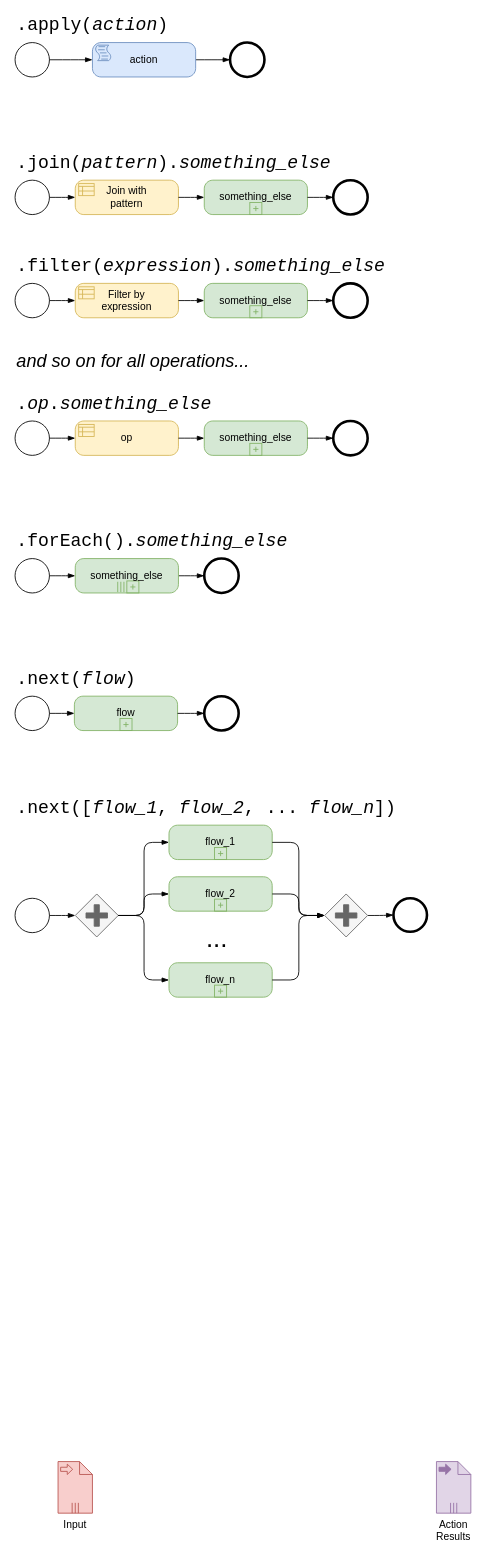
Earlier version of the draw.io diagram page "KF - Fluent" (3 of 8) of doc/BPMN_flow.drawio (miguel76/know-flow). Source tidied: cells renumbered, new cells numbered last; positions are measured from the earlier drawing's top-left corner, leaving out a move shared by most shapes. Both pictures are drawn from the tidied source at 86%, with x=0, y=0 at pixel (15, 16).
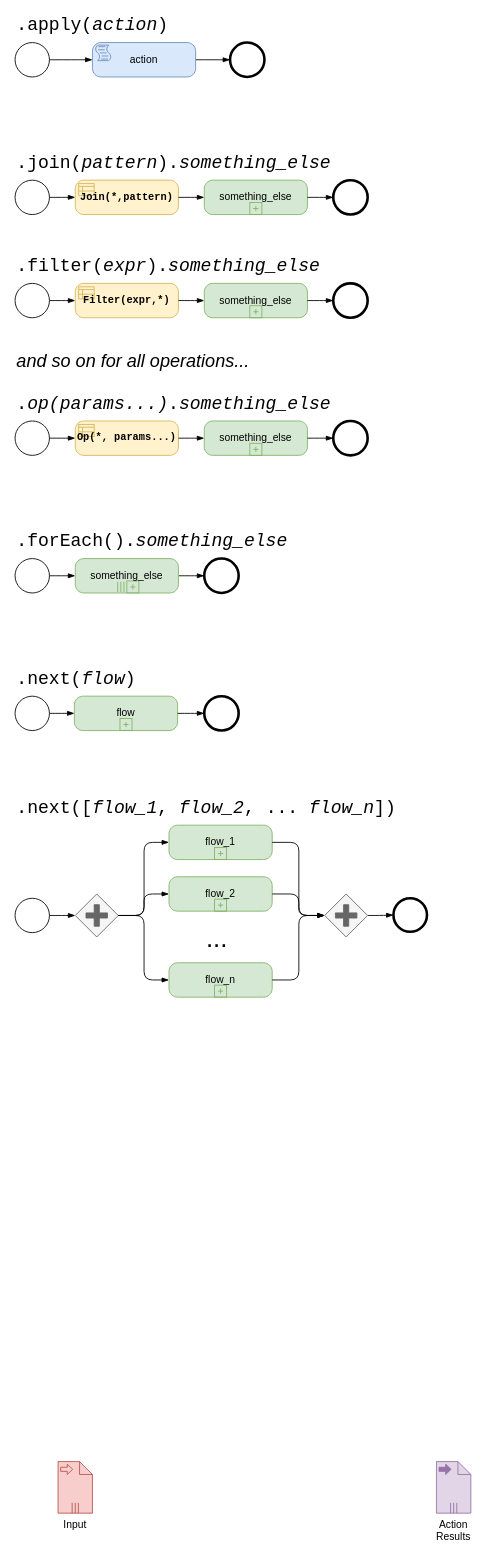
Above is the later version.

What changed in the source:
```diff
@@
-    <mxCell id="11" value="Join with&#10;pattern" style="points=[[0.25,0,0],[0.5,0,0],[0.75,0,0],[1,0.25,0],[1,0.5,0],[1,0.75,0],[0.75,1,0],[0.5,1,0],[0.25,1,0],[0,0.75,0],[0,0.5,0],[0,0.25,0]];shape=mxgraph.bpmn.task;whiteSpace=wrap;rectStyle=rounded;size=10;taskMarker=businessRule;fillColor=#fff2cc;strokeColor=#d6b656;" parent="1" vertex="1">
+    <mxCell id="11" value="Join(*,pattern)" style="points=[[0.25,0,0],[0.5,0,0],[0.75,0,0],[1,0.25,0],[1,0.5,0],[1,0.75,0],[0.75,1,0],[0.5,1,0],[0.25,1,0],[0,0.75,0],[0,0.5,0],[0,0.25,0]];shape=mxgraph.bpmn.task;whiteSpace=wrap;rectStyle=rounded;size=10;taskMarker=businessRule;fillColor=#fff2cc;strokeColor=#d6b656;fontFamily=Courier New;fontStyle=1;" parent="1" vertex="1">
       <mxGeometry x="70" y="190" width="120" height="40" as="geometry" />
     </mxCell>
@@
-    <mxCell id="18" value="&lt;font style=&quot;font-size: 21px&quot; face=&quot;Courier New&quot;&gt;.filter(&lt;i&gt;expression&lt;/i&gt;).&lt;i&gt;something_else&lt;/i&gt;&lt;/font&gt;" style="text;html=1;strokeColor=none;fillColor=none;align=left;verticalAlign=middle;whiteSpace=wrap;rounded=0;" parent="1" vertex="1">
+    <mxCell id="18" value="&lt;font style=&quot;font-size: 21px&quot; face=&quot;Courier New&quot;&gt;.filter(&lt;i&gt;expr&lt;/i&gt;).&lt;i&gt;something_else&lt;/i&gt;&lt;/font&gt;" style="text;html=1;strokeColor=none;fillColor=none;align=left;verticalAlign=middle;whiteSpace=wrap;rounded=0;" parent="1" vertex="1">
       <mxGeometry y="280" width="340" height="20" as="geometry" />
     </mxCell>
-    <mxCell id="19" value="Filter by&#10;expression" style="points=[[0.25,0,0],[0.5,0,0],[0.75,0,0],[1,0.25,0],[1,0.5,0],[1,0.75,0],[0.75,1,0],[0.5,1,0],[0.25,1,0],[0,0.75,0],[0,0.5,0],[0,0.25,0]];shape=mxgraph.bpmn.task;whiteSpace=wrap;rectStyle=rounded;size=10;taskMarker=businessRule;fillColor=#fff2cc;strokeColor=#d6b656;" parent="1" vertex="1">
+    <mxCell id="19" value="Filter(expr,*)" style="points=[[0.25,0,0],[0.5,0,0],[0.75,0,0],[1,0.25,0],[1,0.5,0],[1,0.75,0],[0.75,1,0],[0.5,1,0],[0.25,1,0],[0,0.75,0],[0,0.5,0],[0,0.25,0]];shape=mxgraph.bpmn.task;whiteSpace=wrap;rectStyle=rounded;size=10;taskMarker=businessRule;fillColor=#fff2cc;strokeColor=#d6b656;fontFamily=Courier New;fontStyle=1;" parent="1" vertex="1">
       <mxGeometry x="70" y="310" width="120" height="40" as="geometry" />
     </mxCell>
@@
-    <mxCell id="24" value="&lt;font style=&quot;font-size: 21px&quot; face=&quot;Courier New&quot;&gt;.&lt;i&gt;op&lt;/i&gt;.&lt;i&gt;something_else&lt;/i&gt;&lt;/font&gt;" style="text;html=1;strokeColor=none;fillColor=none;align=left;verticalAlign=middle;whiteSpace=wrap;rounded=0;" parent="1" vertex="1">
+    <mxCell id="24" value="&lt;font style=&quot;font-size: 21px&quot; face=&quot;Courier New&quot;&gt;.&lt;i&gt;op(params...)&lt;/i&gt;.&lt;i&gt;something_else&lt;/i&gt;&lt;/font&gt;" style="text;html=1;strokeColor=none;fillColor=none;align=left;verticalAlign=middle;whiteSpace=wrap;rounded=0;" parent="1" vertex="1">
       <mxGeometry y="440" width="340" height="20" as="geometry" />
     </mxCell>
@@
-    <mxCell id="27" value="op" style="points=[[0.25,0,0],[0.5,0,0],[0.75,0,0],[1,0.25,0],[1,0.5,0],[1,0.75,0],[0.75,1,0],[0.5,1,0],[0.25,1,0],[0,0.75,0],[0,0.5,0],[0,0.25,0]];shape=mxgraph.bpmn.task;whiteSpace=wrap;rectStyle=rounded;size=10;taskMarker=businessRule;fillColor=#fff2cc;strokeColor=#d6b656;" parent="1" vertex="1">
+    <mxCell id="27" value="Op(*, params...)" style="points=[[0.25,0,0],[0.5,0,0],[0.75,0,0],[1,0.25,0],[1,0.5,0],[1,0.75,0],[0.75,1,0],[0.5,1,0],[0.25,1,0],[0,0.75,0],[0,0.5,0],[0,0.25,0]];shape=mxgraph.bpmn.task;whiteSpace=wrap;rectStyle=rounded;size=10;taskMarker=businessRule;fillColor=#fff2cc;strokeColor=#d6b656;fontFamily=Courier New;fontStyle=1;" parent="1" vertex="1">
       <mxGeometry x="70" y="470" width="120" height="40" as="geometry" />
     </mxCell>
```
